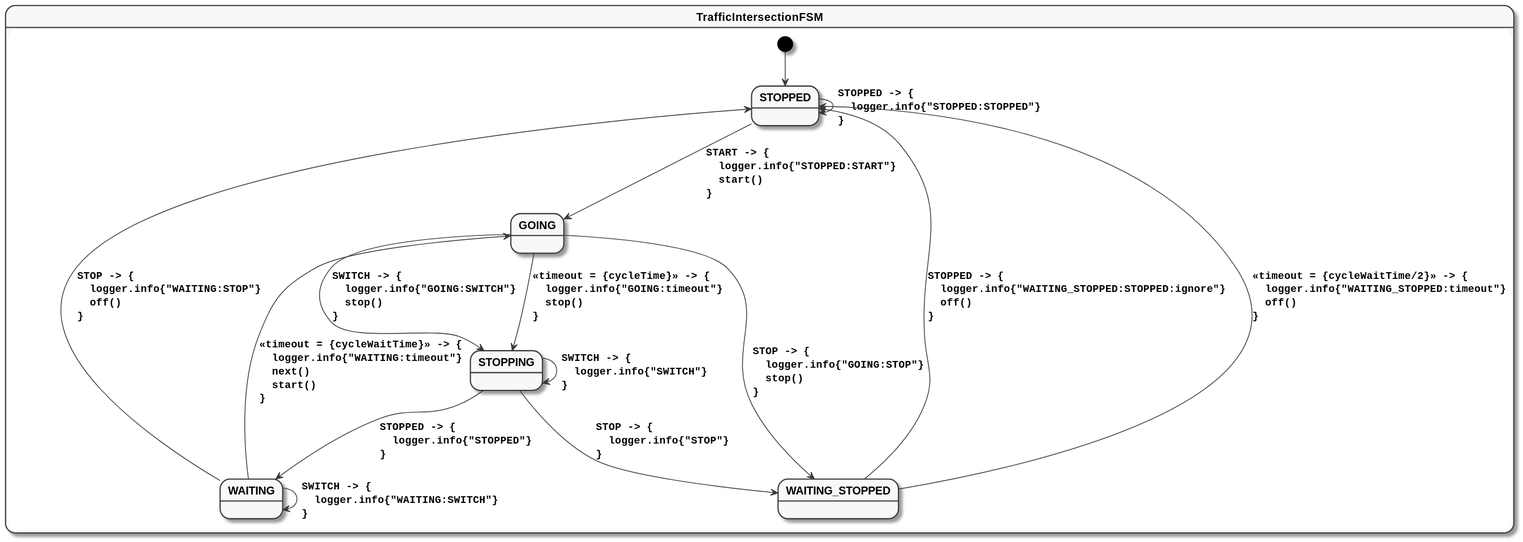
Above: traffic-intersection.svg in open-jumpco/kfsm-mpp-compose-traffic (PlantUML), before the change. Its diagram source:
```plantuml
@startuml
skinparam monochrome true
skinparam StateFontName Helvetica
skinparam defaultFontName Monospaced
skinparam defaultFontStyle Bold
skinparam state {
    FontStyle Bold
}
state TrafficIntersectionFSM {
[*] --> STOPPED
STOPPED --> GOING : START -> {\l  logger.info{"STOPPED:START"}\l  start()\l}
STOPPED --> STOPPED : STOPPED -> {\l  logger.info{"STOPPED:STOPPED"}\l}
GOING --> STOPPING : <<timeout = {cycleTime}>> -> {\l  logger.info{"GOING:timeout"}\l  stop()\l}
GOING --> STOPPING : SWITCH -> {\l  logger.info{"GOING:SWITCH"}\l  stop()\l}
GOING --> WAITING_STOPPED : STOP -> {\l  logger.info{"GOING:STOP"}\l  stop()\l}
STOPPING --> WAITING : STOPPED -> {\l  logger.info{"STOPPED"}\l}
STOPPING --> STOPPING : SWITCH -> {\l  logger.info{"SWITCH"}\l}
STOPPING --> WAITING_STOPPED : STOP -> {\l  logger.info{"STOP"}\l}
WAITING --> GOING : <<timeout = {cycleWaitTime}>> -> {\l  logger.info{"WAITING:timeout"}\l  next()\l  start()\l}
WAITING --> WAITING : SWITCH -> {\l  logger.info{"WAITING:SWITCH"}\l}
WAITING --> STOPPED : STOP -> {\l  logger.info{"WAITING:STOP"}\l  off()\l}
WAITING_STOPPED --> STOPPED : <<timeout = {cycleWaitTime/2}>> -> {\l  logger.info{"WAITING_STOPPED:timeout"}\l  off()\l}
WAITING_STOPPED --> STOPPED : STOPPED -> {\l  logger.info{"WAITING_STOPPED:STOPPED:ignore"}\l  off()\l}
}
@enduml
```
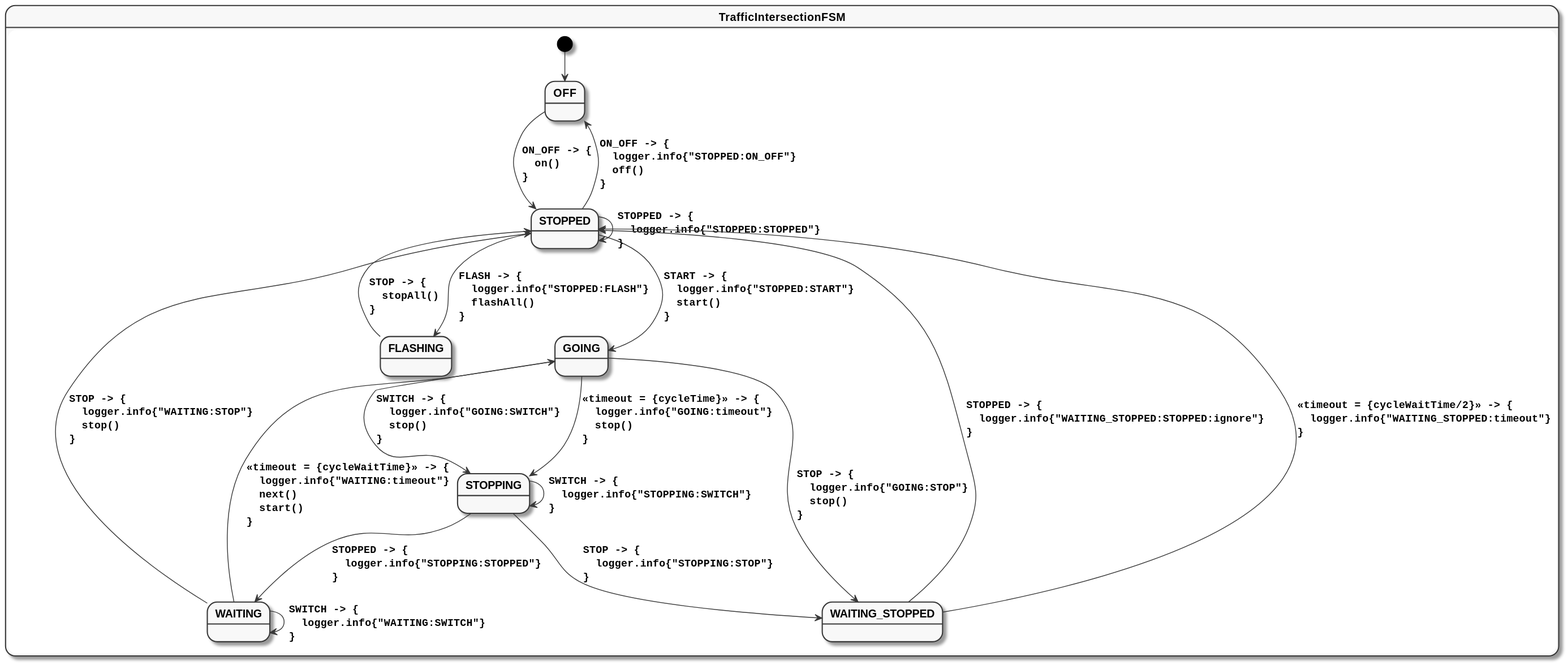
The same file after the commit.

Diff of the diagram source:
```diff
@@ -7,19 +7,23 @@
     FontStyle Bold
 }
 state TrafficIntersectionFSM {
-[*] --> STOPPED
+[*] --> OFF
+OFF --> STOPPED : ON_OFF -> {\l  on()\l}
+STOPPED --> OFF : ON_OFF -> {\l  logger.info{"STOPPED:ON_OFF"}\l  off()\l}
 STOPPED --> GOING : START -> {\l  logger.info{"STOPPED:START"}\l  start()\l}
 STOPPED --> STOPPED : STOPPED -> {\l  logger.info{"STOPPED:STOPPED"}\l}
+STOPPED --> FLASHING : FLASH -> {\l  logger.info{"STOPPED:FLASH"}\l  flashAll()\l}
 GOING --> STOPPING : <<timeout = {cycleTime}>> -> {\l  logger.info{"GOING:timeout"}\l  stop()\l}
 GOING --> STOPPING : SWITCH -> {\l  logger.info{"GOING:SWITCH"}\l  stop()\l}
 GOING --> WAITING_STOPPED : STOP -> {\l  logger.info{"GOING:STOP"}\l  stop()\l}
-STOPPING --> WAITING : STOPPED -> {\l  logger.info{"STOPPED"}\l}
-STOPPING --> STOPPING : SWITCH -> {\l  logger.info{"SWITCH"}\l}
-STOPPING --> WAITING_STOPPED : STOP -> {\l  logger.info{"STOP"}\l}
+STOPPING --> WAITING : STOPPED -> {\l  logger.info{"STOPPING:STOPPED"}\l}
+STOPPING --> STOPPING : SWITCH -> {\l  logger.info{"STOPPING:SWITCH"}\l}
+STOPPING --> WAITING_STOPPED : STOP -> {\l  logger.info{"STOPPING:STOP"}\l}
 WAITING --> GOING : <<timeout = {cycleWaitTime}>> -> {\l  logger.info{"WAITING:timeout"}\l  next()\l  start()\l}
 WAITING --> WAITING : SWITCH -> {\l  logger.info{"WAITING:SWITCH"}\l}
-WAITING --> STOPPED : STOP -> {\l  logger.info{"WAITING:STOP"}\l  off()\l}
-WAITING_STOPPED --> STOPPED : <<timeout = {cycleWaitTime/2}>> -> {\l  logger.info{"WAITING_STOPPED:timeout"}\l  off()\l}
-WAITING_STOPPED --> STOPPED : STOPPED -> {\l  logger.info{"WAITING_STOPPED:STOPPED:ignore"}\l  off()\l}
+WAITING --> STOPPED : STOP -> {\l  logger.info{"WAITING:STOP"}\l  stop()\l}
+WAITING_STOPPED --> STOPPED : <<timeout = {cycleWaitTime/2}>> -> {\l  logger.info{"WAITING_STOPPED:timeout"}\l}
+WAITING_STOPPED --> STOPPED : STOPPED -> {\l  logger.info{"WAITING_STOPPED:STOPPED:ignore"}\l}
+FLASHING --> STOPPED : STOP -> {\l  stopAll()\l}
 }
 @enduml
```
